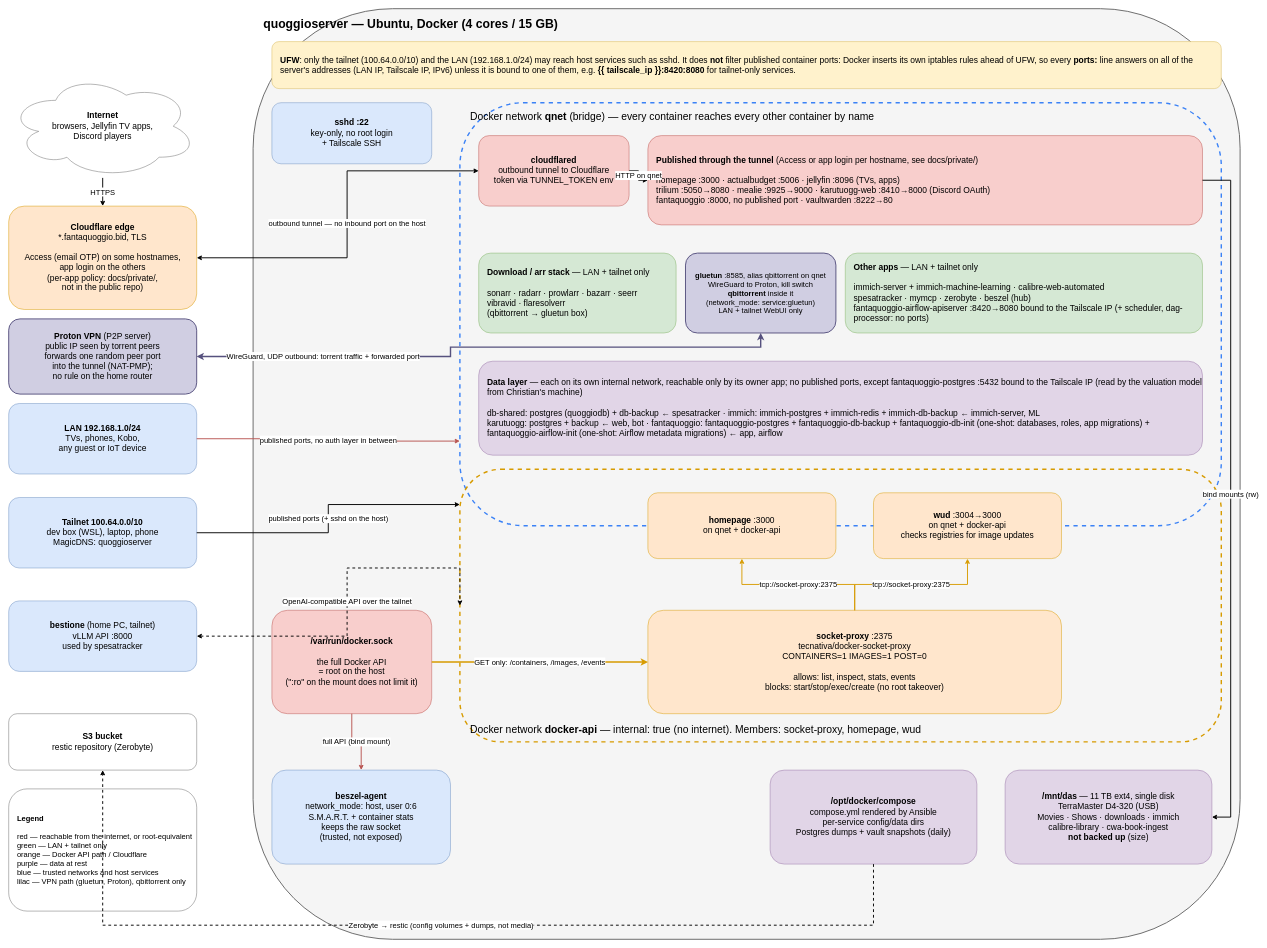
chquaggio/homeserver keeps this draw.io diagram as docs/architecture.drawio. Above is the earlier version. Source tidied: cells renumbered, new cells numbered last; positions are measured from the earlier drawing's top-left corner, leaving out a move shared by most shapes. Both pictures are drawn from the tidied source at 47%, with x=0, y=0 at pixel (8, 8).
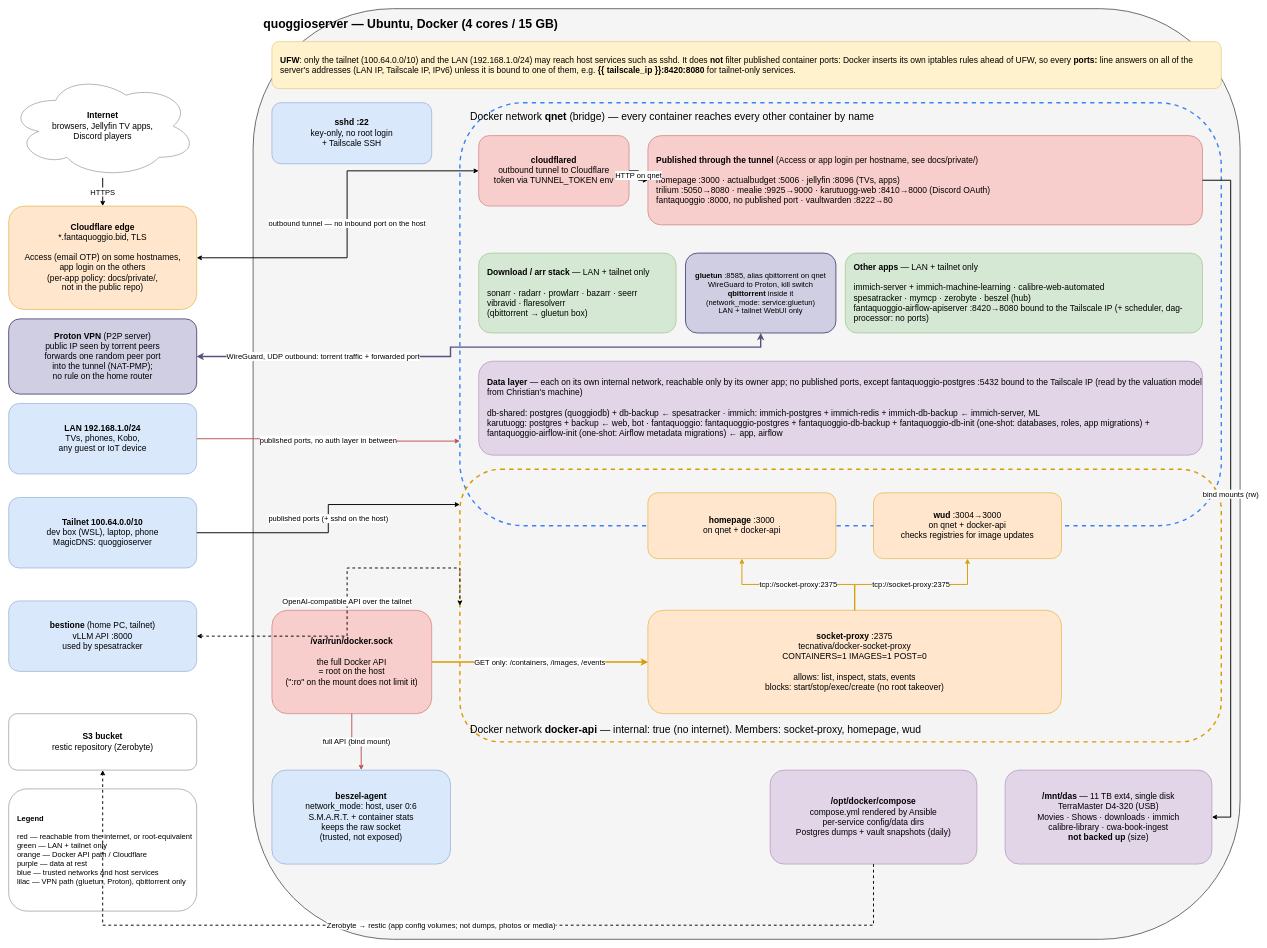
The same diagram, later.

Unchanged cells that the change refers to:
```xml
<mxCell id="18" value="&lt;b&gt;/opt/docker/compose&lt;/b&gt;&lt;br&gt;compose.yml rendered by Ansible&lt;br&gt;per-service config/data dirs&lt;br&gt;Postgres dumps + vault snapshots (daily)" style="rounded=1;whiteSpace=wrap;html=1;fillColor=#e1d5e7;strokeColor=#9673a6;fontSize=18;" parent="1" vertex="1">
  <mxGeometry x="1620" y="1620" width="440" height="200" as="geometry" />
</mxCell>
<mxCell id="26" value="&lt;b&gt;S3 bucket&lt;/b&gt;&lt;br&gt;restic repository (Zerobyte)" style="rounded=1;whiteSpace=wrap;html=1;fillColor=#ffffff;strokeColor=#666666;fontSize=18;" parent="1" vertex="1">
  <mxGeometry y="1500" width="400" height="120" as="geometry" />
</mxCell>
```

The edit, as a diff of the source:
```diff
@@
-    <mxCell id="40" value="Zerobyte → restic (config volumes + dumps, not media)" style="edgeStyle=orthogonalEdgeStyle;rounded=0;html=1;fontSize=16;strokeWidth=2;endArrow=classic;dashed=1;exitX=0.5;exitY=1;exitDx=0;exitDy=0;entryX=0.5;entryY=1;entryDx=0;entryDy=0;" parent="1" edge="1" source="18" target="26">
+    <mxCell id="40" value="Zerobyte → restic (app config volumes; not dumps, photos or media)" style="edgeStyle=orthogonalEdgeStyle;rounded=0;html=1;fontSize=16;strokeWidth=2;endArrow=classic;dashed=1;exitX=0.5;exitY=1;exitDx=0;exitDy=0;entryX=0.5;entryY=1;entryDx=0;entryDy=0;" parent="1" edge="1" source="18" target="26">
       <mxGeometry relative="1" as="geometry">
         <Array as="points">
           <mxPoint x="1840" y="1950" />
           <mxPoint x="200" y="1950" />
         </Array>
       </mxGeometry>
     </mxCell>
```
